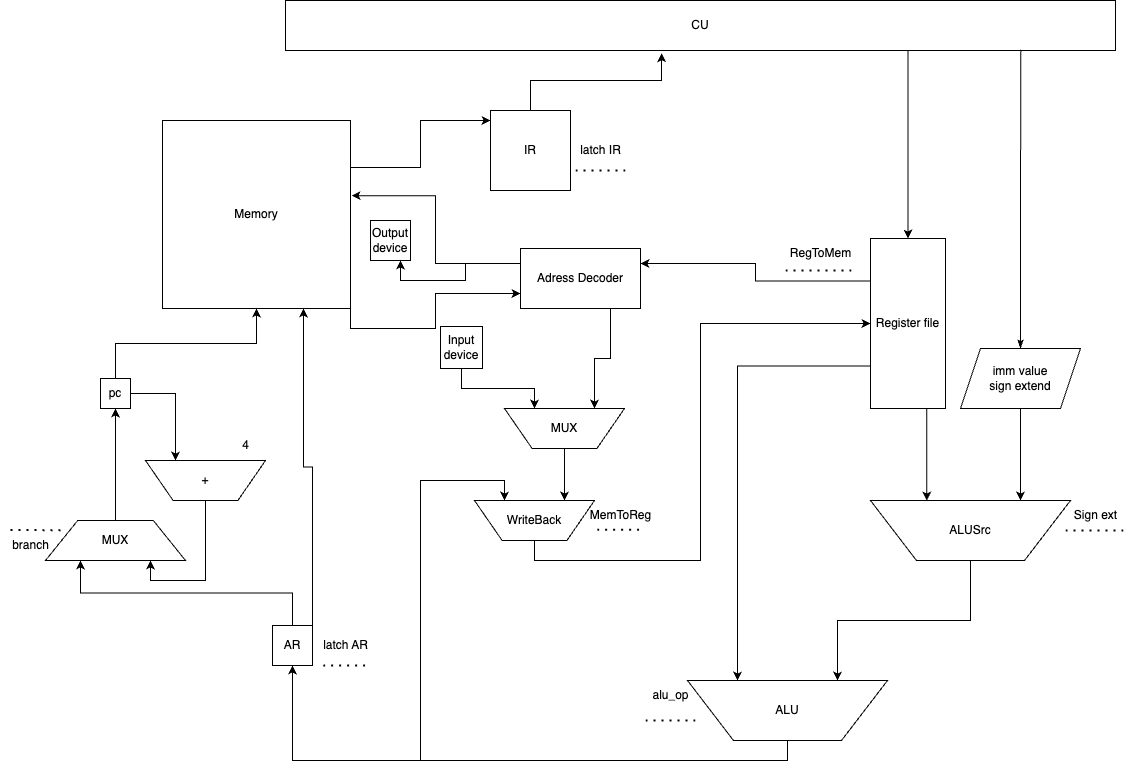
Earlier version of the draw.io export lab3/scheme/risc-iv.png (2BuRy1/CSA). Source tidied: cells renumbered, new cells last; positions are measured from the earlier drawing's top-left corner, leaving out a move shared by most shapes.
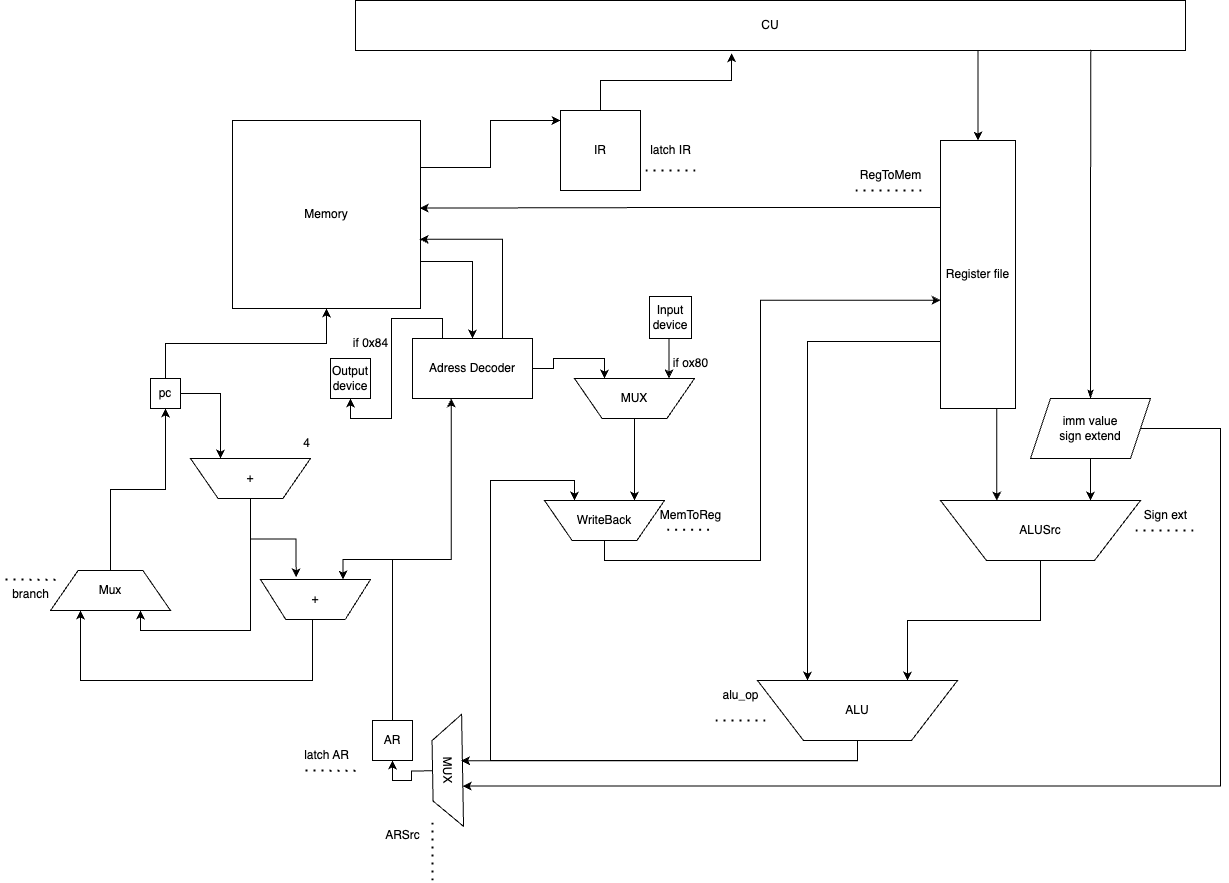
Above is the later version.

Change to the diagram source:
```diff
@@ -2,7 +2,7 @@
   <root>
     <mxCell id="0" />
     <mxCell id="1" parent="0" />
-    <mxCell id="2" style="edgeStyle=orthogonalEdgeStyle;rounded=0;jettySize=auto;html=1;exitX=1;exitY=1;exitDx=0;exitDy=0;entryX=0;entryY=0.75;entryDx=0;entryDy=0;" parent="1" edge="1" source="3" target="49">
+    <mxCell id="2" style="edgeStyle=orthogonalEdgeStyle;rounded=0;jettySize=auto;html=1;exitX=1;exitY=0.75;exitDx=0;exitDy=0;entryX=0.5;entryY=0;entryDx=0;entryDy=0;" parent="1" edge="1" source="3" target="49">
       <mxGeometry relative="1" as="geometry" />
     </mxCell>
     <mxCell id="3" value="Memory" style="whiteSpace=wrap;html=1;" parent="1" vertex="1">
@@ -33,16 +33,13 @@
       <mxGeometry relative="1" as="geometry" />
     </mxCell>
     <mxCell id="11" value="&lt;div&gt;imm value&lt;/div&gt;sign extend" style="shape=parallelogram;perimeter=parallelogramPerimeter;whiteSpace=wrap;html=1;fixedSize=1;" parent="1" vertex="1">
-      <mxGeometry x="960" y="348" width="120" height="60" as="geometry" />
+      <mxGeometry x="960" y="398" width="120" height="60" as="geometry" />
     </mxCell>
     <mxCell id="12" style="edgeStyle=orthogonalEdgeStyle;rounded=0;jettySize=auto;html=1;exitX=0.5;exitY=0;exitDx=0;exitDy=0;entryX=0.886;entryY=0.987;entryDx=0;entryDy=0;entryPerimeter=0;startArrow=classicThin;startFill=1;endArrow=none;" parent="1" edge="1" source="11" target="5">
       <mxGeometry relative="1" as="geometry" />
     </mxCell>
-    <mxCell id="13" style="edgeStyle=orthogonalEdgeStyle;rounded=0;jettySize=auto;html=1;exitX=0;exitY=0.25;exitDx=0;exitDy=0;entryX=1;entryY=0.25;entryDx=0;entryDy=0;" parent="1" edge="1" source="14" target="49">
-      <mxGeometry relative="1" as="geometry" />
-    </mxCell>
     <mxCell id="14" value="Register file" style="rounded=0;whiteSpace=wrap;html=1;" parent="1" vertex="1">
-      <mxGeometry x="870" y="238" width="75" height="170" as="geometry" />
+      <mxGeometry x="870" y="140" width="75" height="268" as="geometry" />
     </mxCell>
     <mxCell id="15" style="edgeStyle=orthogonalEdgeStyle;rounded=0;jettySize=auto;html=1;exitX=0.5;exitY=1;exitDx=0;exitDy=0;entryX=0.75;entryY=0;entryDx=0;entryDy=0;" parent="1" edge="1" source="16" target="23">
       <mxGeometry relative="1" as="geometry" />
@@ -65,9 +62,6 @@
     <mxCell id="20" style="edgeStyle=orthogonalEdgeStyle;rounded=0;jettySize=auto;html=1;exitX=0.25;exitY=0;exitDx=0;exitDy=0;entryX=0;entryY=0.75;entryDx=0;entryDy=0;startArrow=classic;startFill=1;endArrow=none;" parent="1" edge="1" source="23" target="14">
       <mxGeometry relative="1" as="geometry" />
     </mxCell>
-    <mxCell id="21" style="edgeStyle=orthogonalEdgeStyle;rounded=0;jettySize=auto;html=1;exitX=0.5;exitY=1;exitDx=0;exitDy=0;entryX=0.5;entryY=1;entryDx=0;entryDy=0;" parent="1" edge="1" source="23" target="31">
-      <mxGeometry relative="1" as="geometry" />
-    </mxCell>
     <mxCell id="22" style="edgeStyle=orthogonalEdgeStyle;rounded=0;jettySize=auto;html=1;exitX=0.5;exitY=1;exitDx=0;exitDy=0;entryX=0.25;entryY=0;entryDx=0;entryDy=0;" parent="1" edge="1" source="23" target="44">
       <mxGeometry relative="1" as="geometry">
         <Array as="points">
@@ -97,68 +91,40 @@
       <mxGeometry relative="1" as="geometry" />
     </mxCell>
     <mxCell id="28" value="pc" style="whiteSpace=wrap;html=1;" parent="1" vertex="1">
-      <mxGeometry x="100" y="378" width="30" height="30" as="geometry" />
+      <mxGeometry x="80" y="378" width="30" height="30" as="geometry" />
     </mxCell>
-    <mxCell id="29" style="edgeStyle=orthogonalEdgeStyle;rounded=0;jettySize=auto;html=1;exitX=0.5;exitY=0;exitDx=0;exitDy=0;entryX=0.25;entryY=1;entryDx=0;entryDy=0;" parent="1" edge="1" source="31" target="38">
-      <mxGeometry relative="1" as="geometry" />
-    </mxCell>
-    <mxCell id="30" style="edgeStyle=orthogonalEdgeStyle;rounded=0;jettySize=auto;html=1;exitX=1;exitY=0;exitDx=0;exitDy=0;entryX=0.75;entryY=1;entryDx=0;entryDy=0;" parent="1" edge="1" source="31" target="3">
-      <mxGeometry relative="1" as="geometry" />
-    </mxCell>
+    <mxCell id="57" style="edgeStyle=orthogonalEdgeStyle;rounded=0;jettySize=auto;html=1;exitX=0.5;exitY=0;exitDx=0;exitDy=0;entryX=0.75;entryY=0;entryDx=0;entryDy=0;" parent="1" edge="1" source="31" target="60">
+      <mxGeometry relative="1" as="geometry" />
+    </mxCell>
     <mxCell id="31" value="AR" style="whiteSpace=wrap;html=1;" parent="1" vertex="1">
-      <mxGeometry x="272" y="625" width="40" height="40" as="geometry" />
+      <mxGeometry x="302" y="720" width="40" height="40" as="geometry" />
     </mxCell>
-    <mxCell id="32" style="endArrow=none;dashed=1;html=1;dashPattern=1 3;strokeWidth=2;rounded=0;" parent="1" edge="1">
-      <mxGeometry relative="1" as="geometry">
-        <mxPoint x="364.6" y="665" as="sourcePoint" />
-        <mxPoint x="320" y="665" as="targetPoint" />
-      </mxGeometry>
-    </mxCell>
-    <mxCell id="33" value="latch AR" style="text;html=1;align=center;verticalAlign=middle;strokeColor=none;fillColor=none;" parent="1" vertex="1">
-      <mxGeometry x="310" y="630" width="70" height="30" as="geometry" />
-    </mxCell>
-    <mxCell id="34" style="edgeStyle=orthogonalEdgeStyle;rounded=0;jettySize=auto;html=1;exitX=0.5;exitY=1;exitDx=0;exitDy=0;entryX=0.75;entryY=1;entryDx=0;entryDy=0;" parent="1" edge="1" source="35" target="38">
-      <mxGeometry relative="1" as="geometry" />
-    </mxCell>
+    <mxCell id="58" style="edgeStyle=orthogonalEdgeStyle;rounded=0;jettySize=auto;html=1;exitX=0.5;exitY=1;exitDx=0;exitDy=0;entryX=0.75;entryY=1;entryDx=0;entryDy=0;" parent="1" edge="1" source="35" target="74">
+      <mxGeometry relative="1" as="geometry">
+        <Array as="points">
+          <mxPoint x="180" y="630" />
+          <mxPoint x="70" y="630" />
+        </Array>
+      </mxGeometry>
+    </mxCell>
     <mxCell id="35" value="+" style="verticalLabelPosition=middle;verticalAlign=middle;html=1;shape=trapezoid;perimeter=trapezoidPerimeter;whiteSpace=wrap;size=0.23;arcSize=10;flipV=1;labelPosition=center;align=center;" parent="1" vertex="1">
-      <mxGeometry x="145" y="460" width="120" height="40" as="geometry" />
+      <mxGeometry x="120" y="458" width="120" height="40" as="geometry" />
     </mxCell>
     <mxCell id="36" value="4" style="text;html=1;align=center;verticalAlign=middle;strokeColor=none;fillColor=none;" parent="1" vertex="1">
-      <mxGeometry x="230" y="430" width="30" height="30" as="geometry" />
+      <mxGeometry x="221" y="428" width="30" height="30" as="geometry" />
     </mxCell>
-    <mxCell id="37" style="edgeStyle=orthogonalEdgeStyle;rounded=0;jettySize=auto;html=1;exitX=0.5;exitY=0;exitDx=0;exitDy=0;entryX=0.5;entryY=1;entryDx=0;entryDy=0;" parent="1" edge="1" source="38" target="28">
-      <mxGeometry relative="1" as="geometry" />
-    </mxCell>
-    <mxCell id="38" value="MUX" style="verticalLabelPosition=middle;verticalAlign=middle;html=1;shape=trapezoid;perimeter=trapezoidPerimeter;whiteSpace=wrap;size=0.23;arcSize=10;flipV=0;labelPosition=center;align=center;" parent="1" vertex="1">
-      <mxGeometry x="45" y="520" width="140" height="40" as="geometry" />
-    </mxCell>
-    <mxCell id="39" style="endArrow=none;dashed=1;html=1;dashPattern=1 3;strokeWidth=2;rounded=0;" parent="1" edge="1">
-      <mxGeometry relative="1" as="geometry">
-        <mxPoint x="10" y="529.4" as="sourcePoint" />
-        <mxPoint x="60" y="529.7" as="targetPoint" />
-      </mxGeometry>
-    </mxCell>
     <mxCell id="40" value="branch" style="text;html=1;align=center;verticalAlign=middle;strokeColor=none;fillColor=none;" parent="1" vertex="1">
-      <mxGeometry y="530" width="60" height="30" as="geometry" />
+      <mxGeometry x="-70" y="579" width="60" height="30" as="geometry" />
     </mxCell>
     <mxCell id="41" value="RegToMem" style="text;html=1;align=center;verticalAlign=middle;strokeColor=none;fillColor=none;" parent="1" vertex="1">
-      <mxGeometry x="780" y="238" width="80" height="30" as="geometry" />
+      <mxGeometry x="780" y="160" width="80" height="30" as="geometry" />
     </mxCell>
     <mxCell id="42" style="endArrow=none;dashed=1;html=1;dashPattern=1 3;strokeWidth=2;rounded=0;" parent="1" edge="1">
       <mxGeometry relative="1" as="geometry">
-        <mxPoint x="785" y="270" as="sourcePoint" />
-        <mxPoint x="855" y="270" as="targetPoint" />
+        <mxPoint x="785" y="190" as="sourcePoint" />
+        <mxPoint x="855" y="190" as="targetPoint" />
       </mxGeometry>
     </mxCell>
-    <mxCell id="43" style="edgeStyle=orthogonalEdgeStyle;rounded=0;jettySize=auto;html=1;exitX=0.5;exitY=1;exitDx=0;exitDy=0;entryX=0;entryY=0.5;entryDx=0;entryDy=0;" parent="1" edge="1" source="44" target="14">
-      <mxGeometry relative="1" as="geometry">
-        <Array as="points">
-          <mxPoint x="534" y="560" />
-          <mxPoint x="700" y="560" />
-          <mxPoint x="700" y="323" />
-        </Array>
-      </mxGeometry>
-    </mxCell>
     <mxCell id="44" value="WriteBack" style="verticalLabelPosition=middle;verticalAlign=middle;html=1;shape=trapezoid;perimeter=trapezoidPerimeter;whiteSpace=wrap;size=0.23;arcSize=10;flipV=1;labelPosition=center;align=center;" parent="1" vertex="1">
       <mxGeometry x="474" y="500" width="120" height="40" as="geometry" />
     </mxCell>
@@ -171,35 +137,117 @@
     <mxCell id="46" value="MemToReg" style="text;html=1;align=center;verticalAlign=middle;strokeColor=none;fillColor=none;" parent="1" vertex="1">
       <mxGeometry x="580" y="500" width="80" height="30" as="geometry" />
     </mxCell>
+    <mxCell id="50" style="edgeStyle=orthogonalEdgeStyle;rounded=0;jettySize=auto;html=1;exitX=0.5;exitY=1;exitDx=0;exitDy=0;entryX=0.75;entryY=0;entryDx=0;entryDy=0;" parent="1" edge="1" source="51" target="44">
+      <mxGeometry relative="1" as="geometry" />
+    </mxCell>
+    <mxCell id="51" value="MUX" style="verticalLabelPosition=middle;verticalAlign=middle;html=1;shape=trapezoid;perimeter=trapezoidPerimeter;whiteSpace=wrap;size=0.23;arcSize=10;flipV=1;labelPosition=center;align=center;" parent="1" vertex="1">
+      <mxGeometry x="504" y="378" width="120" height="40" as="geometry" />
+    </mxCell>
+    <mxCell id="53" style="edgeStyle=orthogonalEdgeStyle;rounded=0;jettySize=auto;html=1;exitX=1;exitY=0.25;exitDx=0;exitDy=0;entryX=0;entryY=0.125;entryDx=0;entryDy=0;entryPerimeter=0;" parent="1" edge="1" source="3" target="6">
+      <mxGeometry relative="1" as="geometry" />
+    </mxCell>
+    <mxCell id="54" value="Output&lt;div&gt;device&lt;/div&gt;" style="whiteSpace=wrap;html=1;" parent="1" vertex="1">
+      <mxGeometry x="260" y="358" width="40" height="40" as="geometry" />
+    </mxCell>
+    <mxCell id="56" value="Input&lt;div&gt;device&lt;/div&gt;" style="whiteSpace=wrap;html=1;" parent="1" vertex="1">
+      <mxGeometry x="579" y="296" width="42" height="42" as="geometry" />
+    </mxCell>
+    <mxCell id="59" style="edgeStyle=orthogonalEdgeStyle;rounded=0;jettySize=auto;html=1;exitX=0.5;exitY=1;exitDx=0;exitDy=0;entryX=0.25;entryY=1;entryDx=0;entryDy=0;" parent="1" edge="1" source="60" target="74">
+      <mxGeometry relative="1" as="geometry">
+        <Array as="points">
+          <mxPoint x="242" y="680" />
+          <mxPoint x="10" y="680" />
+        </Array>
+      </mxGeometry>
+    </mxCell>
+    <mxCell id="60" value="+" style="verticalLabelPosition=middle;verticalAlign=middle;html=1;shape=trapezoid;perimeter=trapezoidPerimeter;whiteSpace=wrap;size=0.23;arcSize=10;flipV=1;labelPosition=center;align=center;" parent="1" vertex="1">
+      <mxGeometry x="190" y="579" width="110" height="40" as="geometry" />
+    </mxCell>
+    <mxCell id="61" style="edgeStyle=orthogonalEdgeStyle;rounded=0;jettySize=auto;html=1;exitX=0.5;exitY=1;exitDx=0;exitDy=0;entryX=0.324;entryY=1.058;entryDx=0;entryDy=0;entryPerimeter=0;" parent="1" edge="1" source="35" target="60">
+      <mxGeometry relative="1" as="geometry" />
+    </mxCell>
+    <mxCell id="62" style="endArrow=none;dashed=1;html=1;dashPattern=1 3;strokeWidth=2;rounded=0;" parent="1" edge="1">
+      <mxGeometry relative="1" as="geometry">
+        <mxPoint x="-65" y="579" as="sourcePoint" />
+        <mxPoint x="-15" y="579.3" as="targetPoint" />
+      </mxGeometry>
+    </mxCell>
+    <mxCell id="33" value="latch AR" style="text;html=1;align=center;verticalAlign=middle;strokeColor=none;fillColor=none;" parent="1" vertex="1">
+      <mxGeometry x="221" y="740" width="70" height="30" as="geometry" />
+    </mxCell>
+    <mxCell id="63" style="endArrow=none;dashed=1;html=1;dashPattern=1 3;strokeWidth=2;rounded=0;" parent="1" edge="1">
+      <mxGeometry relative="1" as="geometry">
+        <mxPoint x="235" y="770" as="sourcePoint" />
+        <mxPoint x="285" y="770.3" as="targetPoint" />
+      </mxGeometry>
+    </mxCell>
-    <mxCell id="47" style="edgeStyle=orthogonalEdgeStyle;rounded=0;jettySize=auto;html=1;exitX=0;exitY=0.25;exitDx=0;exitDy=0;entryX=0.75;entryY=1;entryDx=0;entryDy=0;" parent="1" edge="1" source="49" target="54">
+    <mxCell id="47" style="edgeStyle=orthogonalEdgeStyle;rounded=0;jettySize=auto;html=1;exitX=0.25;exitY=0;exitDx=0;exitDy=0;entryX=0.5;entryY=1;entryDx=0;entryDy=0;" parent="1" edge="1" source="49" target="54">
       <mxGeometry relative="1" as="geometry" />
     </mxCell>
-    <mxCell id="48" style="edgeStyle=orthogonalEdgeStyle;rounded=0;jettySize=auto;html=1;exitX=0.75;exitY=1;exitDx=0;exitDy=0;entryX=0.75;entryY=0;entryDx=0;entryDy=0;" parent="1" edge="1" source="49" target="51">
+    <mxCell id="48" style="edgeStyle=orthogonalEdgeStyle;rounded=0;jettySize=auto;html=1;exitX=1;exitY=0.5;exitDx=0;exitDy=0;entryX=0.25;entryY=0;entryDx=0;entryDy=0;" parent="1" edge="1" source="49" target="51">
       <mxGeometry relative="1" as="geometry" />
     </mxCell>
     <mxCell id="49" value="Adress Decoder" style="rounded=0;whiteSpace=wrap;html=1;" parent="1" vertex="1">
-      <mxGeometry x="520" y="248" width="120" height="60" as="geometry" />
+      <mxGeometry x="342" y="338" width="120" height="60" as="geometry" />
     </mxCell>
-    <mxCell id="50" style="edgeStyle=orthogonalEdgeStyle;rounded=0;jettySize=auto;html=1;exitX=0.5;exitY=1;exitDx=0;exitDy=0;entryX=0.75;entryY=0;entryDx=0;entryDy=0;" parent="1" edge="1" source="51" target="44">
-      <mxGeometry relative="1" as="geometry" />
-    </mxCell>
-    <mxCell id="51" value="MUX" style="verticalLabelPosition=middle;verticalAlign=middle;html=1;shape=trapezoid;perimeter=trapezoidPerimeter;whiteSpace=wrap;size=0.23;arcSize=10;flipV=1;labelPosition=center;align=center;" parent="1" vertex="1">
-      <mxGeometry x="504" y="408" width="120" height="40" as="geometry" />
-    </mxCell>
+    <mxCell id="64" style="edgeStyle=orthogonalEdgeStyle;rounded=0;jettySize=auto;html=1;exitX=0.5;exitY=0;exitDx=0;exitDy=0;entryX=0.323;entryY=1;entryDx=0;entryDy=0;entryPerimeter=0;" parent="1" edge="1" source="31" target="49">
+      <mxGeometry relative="1" as="geometry" />
+    </mxCell>
+    <mxCell id="55" style="edgeStyle=orthogonalEdgeStyle;rounded=0;jettySize=auto;html=1;exitX=0.5;exitY=1;exitDx=0;exitDy=0;entryX=0.787;entryY=1.004;entryDx=0;entryDy=0;entryPerimeter=0;" parent="1" edge="1" source="56" target="51">
+      <mxGeometry relative="1" as="geometry" />
+    </mxCell>
+    <mxCell id="65" style="edgeStyle=orthogonalEdgeStyle;rounded=0;jettySize=auto;html=1;exitX=0.5;exitY=1;exitDx=0;exitDy=0;entryX=0.5;entryY=1;entryDx=0;entryDy=0;" parent="1" edge="1" source="38" target="31">
+      <mxGeometry relative="1" as="geometry" />
+    </mxCell>
+    <mxCell id="38" value="MUX" style="verticalLabelPosition=middle;verticalAlign=middle;html=1;shape=trapezoid;perimeter=trapezoidPerimeter;whiteSpace=wrap;size=0.23;arcSize=10;flipV=1;labelPosition=center;align=center;rotation=89;" parent="1" vertex="1">
+      <mxGeometry x="321.1" y="755.1" width="112" height="30" as="geometry" />
+    </mxCell>
+    <mxCell id="66" style="edgeStyle=orthogonalEdgeStyle;rounded=0;jettySize=auto;html=1;exitX=0.5;exitY=1;exitDx=0;exitDy=0;entryX=0.414;entryY=0.958;entryDx=0;entryDy=0;entryPerimeter=0;" parent="1" edge="1" source="23" target="38">
+      <mxGeometry relative="1" as="geometry" />
+    </mxCell>
+    <mxCell id="67" style="edgeStyle=orthogonalEdgeStyle;rounded=0;jettySize=auto;html=1;exitX=1;exitY=0.5;exitDx=0;exitDy=0;entryX=0.64;entryY=0.997;entryDx=0;entryDy=0;entryPerimeter=0;" parent="1" edge="1" source="11" target="38">
+      <mxGeometry relative="1" as="geometry">
+        <Array as="points">
+          <mxPoint x="1150" y="428" />
+          <mxPoint x="1150" y="785" />
+        </Array>
+      </mxGeometry>
+    </mxCell>
+    <mxCell id="68" style="endArrow=none;dashed=1;html=1;dashPattern=1 3;strokeWidth=2;rounded=0;" parent="1" edge="1">
+      <mxGeometry relative="1" as="geometry">
+        <mxPoint x="362" y="880" as="sourcePoint" />
+        <mxPoint x="362" y="820" as="targetPoint" />
+      </mxGeometry>
+    </mxCell>
+    <mxCell id="69" value="ARSrc" style="text;html=1;align=center;verticalAlign=middle;strokeColor=none;fillColor=none;" parent="1" vertex="1">
+      <mxGeometry x="302" y="820" width="60" height="30" as="geometry" />
+    </mxCell>
+    <mxCell id="70" value="if 0x84" style="text;html=1;align=center;verticalAlign=middle;strokeColor=none;fillColor=none;" parent="1" vertex="1">
+      <mxGeometry x="270" y="328" width="60" height="30" as="geometry" />
+    </mxCell>
+    <mxCell id="71" value="if ox80" style="text;html=1;align=center;verticalAlign=middle;strokeColor=none;fillColor=none;" parent="1" vertex="1">
+      <mxGeometry x="590" y="348" width="60" height="30" as="geometry" />
+    </mxCell>
+    <mxCell id="72" style="edgeStyle=orthogonalEdgeStyle;rounded=0;jettySize=auto;html=1;exitX=0;exitY=0.25;exitDx=0;exitDy=0;entryX=0.996;entryY=0.466;entryDx=0;entryDy=0;entryPerimeter=0;" parent="1" edge="1" source="14" target="3">
+      <mxGeometry relative="1" as="geometry" />
+    </mxCell>
-    <mxCell id="52" style="edgeStyle=orthogonalEdgeStyle;rounded=0;jettySize=auto;html=1;exitX=0;exitY=0.25;exitDx=0;exitDy=0;entryX=1.006;entryY=0.4;entryDx=0;entryDy=0;entryPerimeter=0;" parent="1" edge="1" source="49" target="3">
+    <mxCell id="52" style="edgeStyle=orthogonalEdgeStyle;rounded=0;jettySize=auto;html=1;exitX=0.75;exitY=0;exitDx=0;exitDy=0;entryX=0.996;entryY=0.632;entryDx=0;entryDy=0;entryPerimeter=0;" parent="1" edge="1" source="49" target="3">
       <mxGeometry relative="1" as="geometry" />
     </mxCell>
-    <mxCell id="53" style="edgeStyle=orthogonalEdgeStyle;rounded=0;jettySize=auto;html=1;exitX=1;exitY=0.25;exitDx=0;exitDy=0;entryX=0;entryY=0.125;entryDx=0;entryDy=0;entryPerimeter=0;" parent="1" edge="1" source="3" target="6">
-      <mxGeometry relative="1" as="geometry" />
-    </mxCell>
-    <mxCell id="54" value="Output&lt;div&gt;device&lt;/div&gt;" style="whiteSpace=wrap;html=1;" parent="1" vertex="1">
-      <mxGeometry x="370" y="220" width="40" height="40" as="geometry" />
-    </mxCell>
-    <mxCell id="55" style="edgeStyle=orthogonalEdgeStyle;rounded=0;jettySize=auto;html=1;exitX=0.5;exitY=1;exitDx=0;exitDy=0;entryX=0.25;entryY=0;entryDx=0;entryDy=0;" parent="1" edge="1" source="56" target="51">
-      <mxGeometry relative="1" as="geometry" />
-    </mxCell>
-    <mxCell id="56" value="Input&lt;div&gt;device&lt;/div&gt;" style="whiteSpace=wrap;html=1;" parent="1" vertex="1">
-      <mxGeometry x="440" y="326" width="42" height="42" as="geometry" />
-    </mxCell>
+    <mxCell id="43" style="edgeStyle=orthogonalEdgeStyle;rounded=0;jettySize=auto;html=1;exitX=0.5;exitY=1;exitDx=0;exitDy=0;entryX=0.001;entryY=0.596;entryDx=0;entryDy=0;entryPerimeter=0;" parent="1" edge="1" source="44" target="14">
+      <mxGeometry relative="1" as="geometry">
+        <Array as="points">
+          <mxPoint x="534" y="560" />
+          <mxPoint x="690" y="560" />
+          <mxPoint x="690" y="300" />
+        </Array>
+      </mxGeometry>
+    </mxCell>
+    <mxCell id="73" style="edgeStyle=orthogonalEdgeStyle;rounded=0;jettySize=auto;html=1;exitX=0.5;exitY=0;exitDx=0;exitDy=0;entryX=0.5;entryY=1;entryDx=0;entryDy=0;" parent="1" edge="1" source="74" target="28">
+      <mxGeometry relative="1" as="geometry" />
+    </mxCell>
+    <mxCell id="74" value="Mux" style="verticalLabelPosition=middle;verticalAlign=middle;html=1;shape=trapezoid;perimeter=trapezoidPerimeter;whiteSpace=wrap;size=0.23;arcSize=10;flipV=0;labelPosition=center;align=center;" parent="1" vertex="1">
+      <mxGeometry x="-20" y="570" width="120" height="40" as="geometry" />
+    </mxCell>
   </root>
 </mxGraphModel>
```
